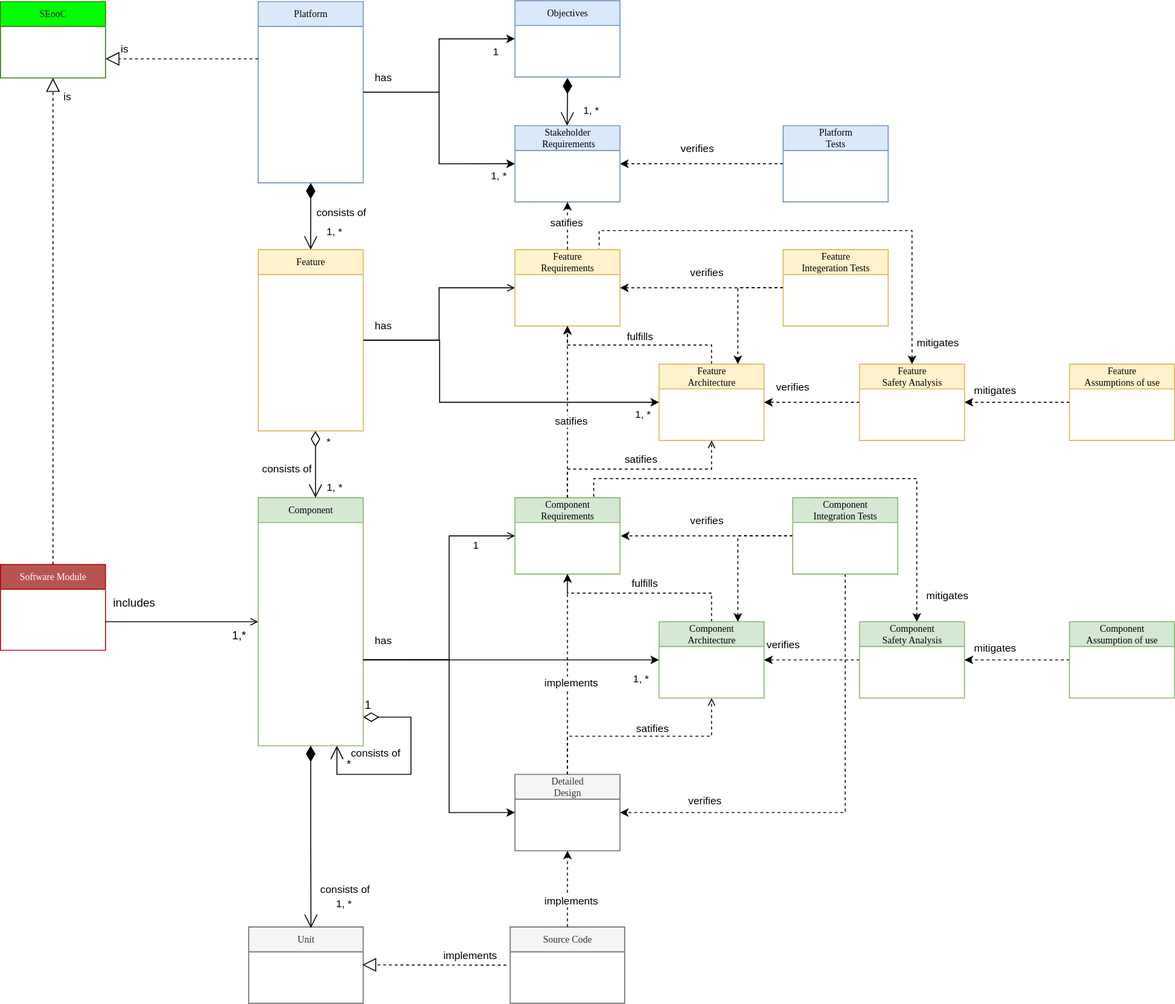
The draw.io diagram pr-343/_images/score_building_blocks_meta_model.svg in umaucher/score, before a commit. Source tidied: cells renumbered, new cells last; positions are measured from the earlier drawing's top-left corner, leaving out a move shared by most shapes.
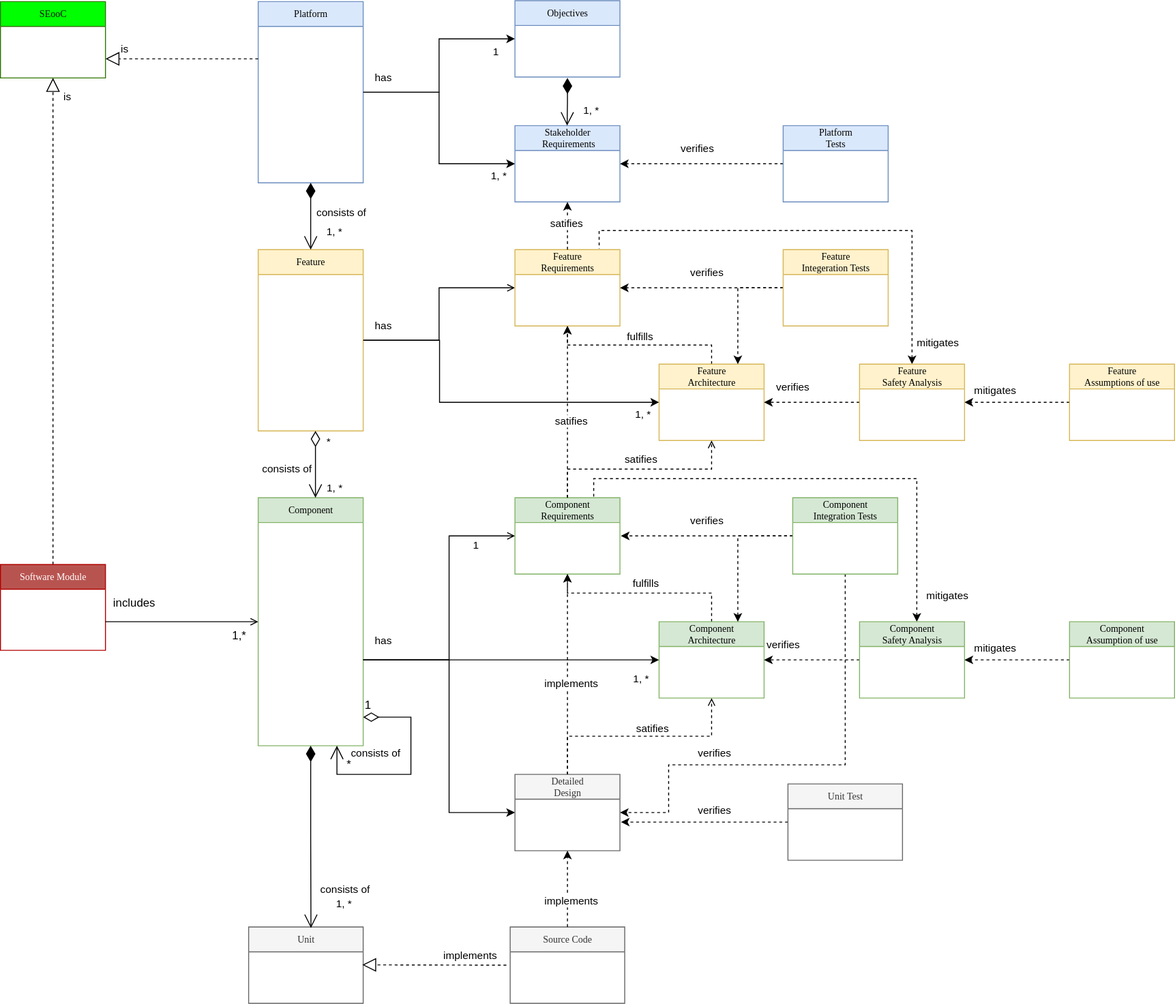
Above is the later version.

Diff of the diagram source:
```diff
@@ -364,7 +364,9 @@
     <mxCell id="80" style="edgeStyle=orthogonalEdgeStyle;rounded=0;jettySize=auto;html=1;entryX=1;entryY=0.5;entryDx=0;entryDy=0;dashed=1;startArrow=none;startFill=0;endArrow=classic;endFill=1;" parent="1" edge="1" source="81" target="47">
       <mxGeometry relative="1" as="geometry">
         <Array as="points">
-          <mxPoint x="885" y="851" />
+          <mxPoint x="885" y="801" />
+          <mxPoint x="700" y="801" />
+          <mxPoint x="700" y="851" />
         </Array>
       </mxGeometry>
     </mxCell>
@@ -417,9 +419,22 @@
       </mxGeometry>
     </mxCell>
     <mxCell id="92" value="verifies" style="edgeLabel;html=1;align=center;verticalAlign=middle;" parent="1" vertex="1">
-      <mxGeometry x="750" y="561" as="geometry">
+      <mxGeometry x="760" y="571" as="geometry">
         <mxPoint x="-12" y="278" as="offset" />
       </mxGeometry>
     </mxCell>
+    <mxCell id="93" style="edgeStyle=orthogonalEdgeStyle;rounded=0;jettySize=auto;html=1;dashed=1;" parent="1" edge="1" source="94">
+      <mxGeometry relative="1" as="geometry">
+        <mxPoint x="650" y="861" as="targetPoint" />
+      </mxGeometry>
+    </mxCell>
+    <mxCell id="94" value="Unit Test" style="swimlane;html=1;fontStyle=0;horizontal=1;startSize=26;fillColor=#f5f5f5;swimlaneFillColor=#ffffff;rounded=0;shadow=0;comic=0;labelBackgroundColor=none;strokeWidth=1;fontFamily=Verdana;fontSize=10;align=center;fontColor=#333333;strokeColor=#666666;" parent="1" vertex="1">
+      <mxGeometry x="825" y="821" width="120" height="80" as="geometry" />
+    </mxCell>
+    <mxCell id="95" value="verifies" style="edgeLabel;html=1;align=center;verticalAlign=middle;" parent="1" vertex="1">
+      <mxGeometry x="760" y="511" as="geometry">
+        <mxPoint x="-12" y="278" as="offset" />
+      </mxGeometry>
+    </mxCell>
   </root>
 </mxGraphModel>
```
